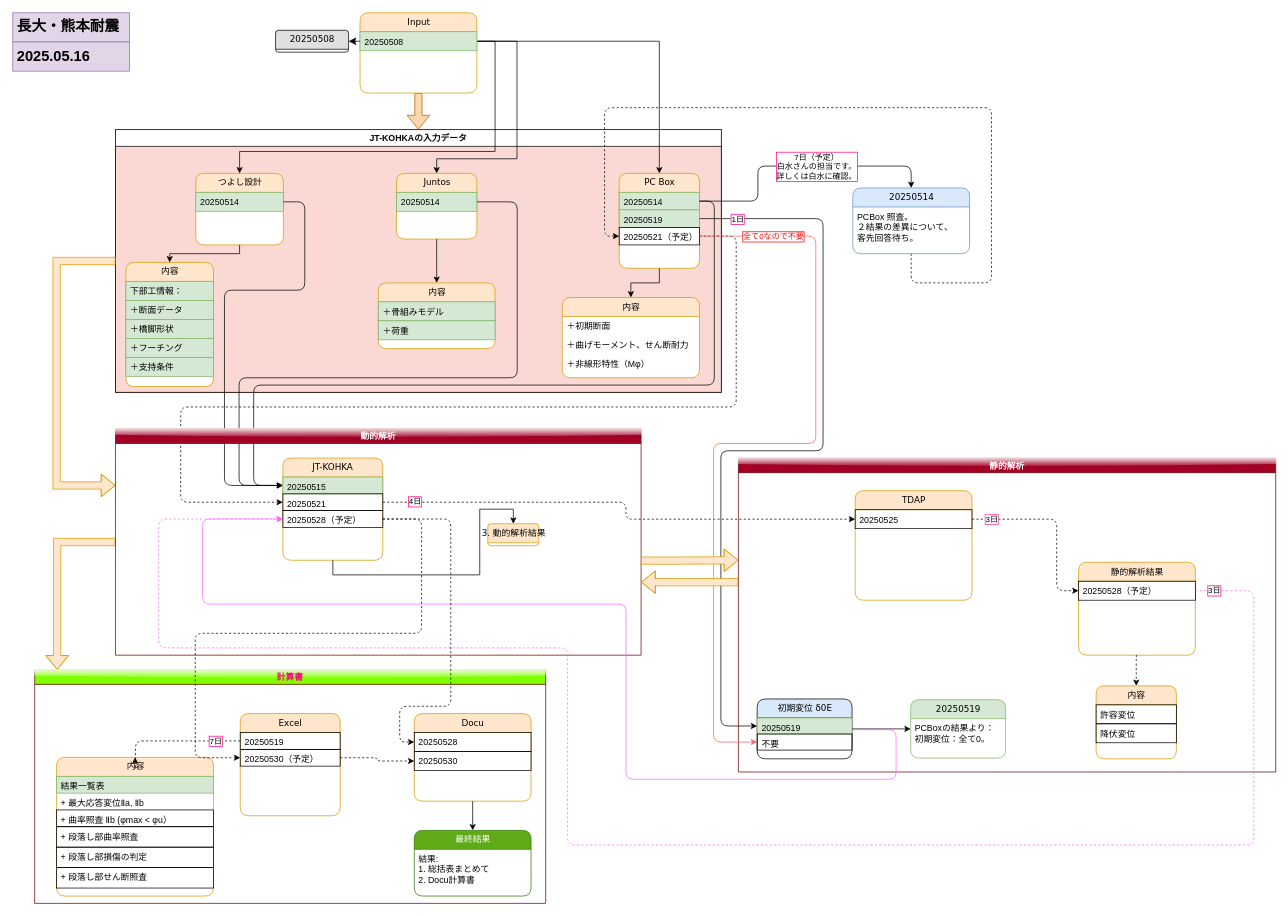
nnh92/Juntos.co keeps this draw.io diagram as 長大・熊本耐震/耐震設計/Untitled Diagram.drawio. Above is the earlier version. Source tidied: cells renumbered, new cells numbered last; positions are measured from the earlier drawing's top-left corner, leaving out a move shared by most shapes. Both pictures are drawn from the tidied source at 73%, with x=0, y=0 at pixel (12, 12).
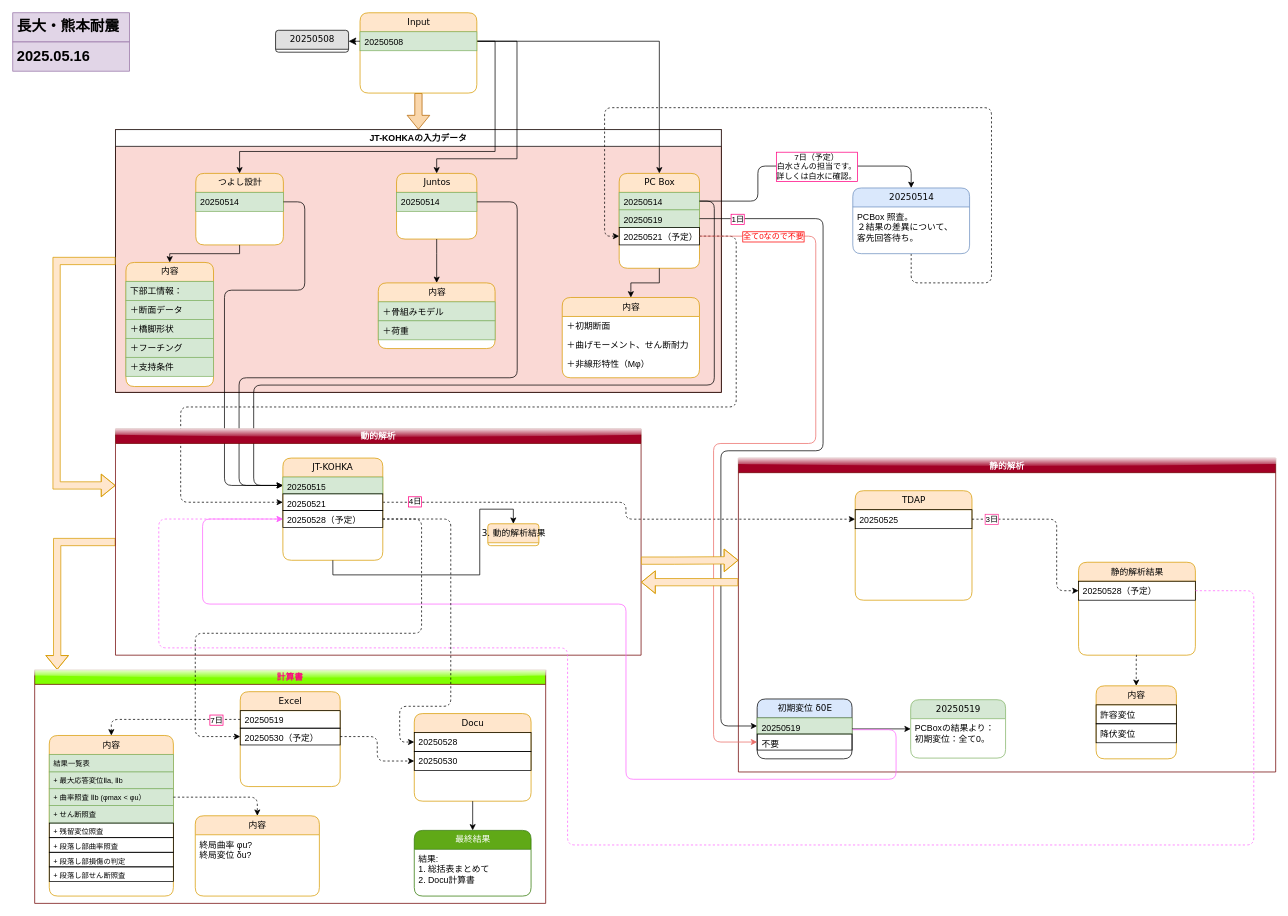
The same diagram, later.

The change refers to these unchanged cells:
```xml
<mxCell id="77" value="20250528（予定）" style="text;html=1;spacingLeft=4;spacingRight=4;whiteSpace=wrap;overflow=hidden;points=[[0,0.5],[1,0.5]];portConstraint=eastwest;labelBorderColor=none;labelBackgroundColor=none;textShadow=0;strokeColor=default;" parent="74" vertex="1">
  <mxGeometry y="72" width="136.9" height="23" as="geometry" />
</mxCell>
<mxCell id="80" value="計算書" style="swimlane;startSize=20;horizontal=1;containerType=tree;textShadow=0;labelBorderColor=none;labelBackgroundColor=none;fillColor=#80FF00;strokeColor=#6F0000;glass=1;fontColor=#FF0080;" parent="1" vertex="1">
  <mxGeometry x="30" y="900" width="700" height="320" as="geometry" />
</mxCell>
<mxCell id="100" style="edgeStyle=orthogonalEdgeStyle;rounded=1;jettySize=auto;html=1;exitX=1;exitY=0.5;exitDx=0;exitDy=0;dashed=1;entryX=0;entryY=0.5;entryDx=0;entryDy=0;curved=0;strokeColor=#FF66FF;" parent="1" edge="1" source="51" target="77">
  <mxGeometry relative="1" as="geometry">
    <Array as="points">
      <mxPoint x="1700" y="792" />
      <mxPoint x="1700" y="1140" />
      <mxPoint x="760" y="1140" />
      <mxPoint x="760" y="870" />
      <mxPoint x="200" y="870" />
      <mxPoint x="200" y="694" />
    </Array>
  </mxGeometry>
</mxCell>
```

What changed in the source:
```diff
@@
     <mxCell id="81" value="Excel" style="swimlane;html=1;fontStyle=0;horizontal=1;startSize=26;fillColor=#ffe6cc;swimlaneFillColor=#ffffff;align=center;rounded=1;shadow=0;comic=0;labelBackgroundColor=none;strokeWidth=1;fontFamily=Verdana;fontSize=12;strokeColor=#d79b00;" parent="80" vertex="1">
-      <mxGeometry x="281.6" y="60" width="136.9" height="140" as="geometry" />
+      <mxGeometry x="281.6" y="30" width="136.9" height="130" as="geometry" />
     </mxCell>
     <mxCell id="82" value="20250519" style="text;html=1;spacingLeft=4;spacingRight=4;whiteSpace=wrap;overflow=hidden;points=[[0,0.5],[1,0.5]];portConstraint=eastwest;labelBorderColor=none;labelBackgroundColor=none;textShadow=0;strokeColor=default;" parent="81" vertex="1">
-      <mxGeometry y="26" width="136.9" height="23" as="geometry" />
+      <mxGeometry y="26" width="136.9" height="24" as="geometry" />
     </mxCell>
     <mxCell id="83" value="20250530（予定）" style="text;html=1;spacingLeft=4;spacingRight=4;whiteSpace=wrap;overflow=hidden;points=[[0,0.5],[1,0.5]];portConstraint=eastwest;labelBorderColor=none;labelBackgroundColor=none;textShadow=0;strokeColor=default;" parent="81" vertex="1">
-      <mxGeometry y="49" width="136.9" height="23" as="geometry" />
+      <mxGeometry y="50" width="136.9" height="23" as="geometry" />
     </mxCell>
@@
     <mxCell id="90" value="内容" style="swimlane;html=1;fontStyle=0;horizontal=1;startSize=26;fillColor=#ffe6cc;swimlaneFillColor=#ffffff;align=center;rounded=1;shadow=0;comic=0;labelBackgroundColor=none;strokeWidth=1;fontFamily=Verdana;fontSize=12;strokeColor=#d79b00;" parent="80" vertex="1">
-      <mxGeometry x="30" y="120" width="215" height="190" as="geometry" />
+      <mxGeometry x="20" y="90" width="170" height="220" as="geometry" />
     </mxCell>
-    <mxCell id="91" value="結果一覧表" style="text;html=1;strokeColor=#82b366;fillColor=#d5e8d4;spacingLeft=4;spacingRight=4;whiteSpace=wrap;overflow=hidden;labelBorderColor=none;labelBackgroundColor=none;textShadow=0;" parent="90" vertex="1">
-      <mxGeometry y="26" width="215" height="23" as="geometry" />
+    <mxCell id="91" value="結果一覧表" style="text;html=1;strokeColor=#82b366;fillColor=#d5e8d4;spacingLeft=4;spacingRight=4;whiteSpace=wrap;overflow=hidden;labelBorderColor=none;labelBackgroundColor=none;textShadow=0;fontSize=10;" parent="90" vertex="1">
+      <mxGeometry y="26" width="170" height="24" as="geometry" />
     </mxCell>
-    <mxCell id="92" value="+ 最大応答変位Ⅱa, Ⅱb" style="text;html=1;spacingLeft=4;spacingRight=4;whiteSpace=wrap;overflow=hidden;labelBorderColor=none;labelBackgroundColor=none;textShadow=0;" parent="90" vertex="1">
-      <mxGeometry y="49" width="215" height="23" as="geometry" />
+    <mxCell id="92" value="+ 最大応答変位Ⅱa, Ⅱb" style="text;html=1;spacingLeft=4;spacingRight=4;whiteSpace=wrap;overflow=hidden;labelBorderColor=none;labelBackgroundColor=none;textShadow=0;fillColor=#d5e8d4;strokeColor=#82b366;fontSize=10;" parent="90" vertex="1">
+      <mxGeometry y="50" width="170" height="23" as="geometry" />
     </mxCell>
-    <mxCell id="93" value="&lt;div&gt;+ 曲率照査 Ⅱb (φmax &amp;lt; φu）&lt;/div&gt;" style="text;html=1;spacingLeft=4;spacingRight=4;whiteSpace=wrap;overflow=hidden;points=[[0,0.5],[1,0.5]];portConstraint=eastwest;labelBorderColor=none;labelBackgroundColor=none;textShadow=0;strokeColor=default;" parent="90" vertex="1">
-      <mxGeometry y="72" width="215" height="23" as="geometry" />
+    <mxCell id="93" value="&lt;div&gt;+ 曲率照査 Ⅱb (φmax &amp;lt; φu）&lt;/div&gt;" style="text;html=1;spacingLeft=4;spacingRight=4;whiteSpace=wrap;overflow=hidden;points=[[0,0.5],[1,0.5]];portConstraint=eastwest;labelBorderColor=none;labelBackgroundColor=none;textShadow=0;strokeColor=#82b366;fillColor=#d5e8d4;fontSize=10;" parent="90" vertex="1">
+      <mxGeometry y="73" width="170" height="23" as="geometry" />
     </mxCell>
+    <mxCell id="96" value="&lt;div&gt;+ せん断照査&lt;/div&gt;" style="text;html=1;spacingLeft=4;spacingRight=4;whiteSpace=wrap;overflow=hidden;labelBorderColor=none;labelBackgroundColor=none;textShadow=0;strokeColor=#82b366;fillColor=#d5e8d4;fontSize=10;" parent="90" vertex="1">
+      <mxGeometry y="96" width="170" height="24" as="geometry" />
+    </mxCell>
-    <mxCell id="94" value="&lt;div&gt;+ 段落し部曲率照査&lt;/div&gt;" style="text;html=1;spacingLeft=4;spacingRight=4;whiteSpace=wrap;overflow=hidden;labelBorderColor=none;labelBackgroundColor=none;textShadow=0;strokeColor=default;" parent="90" vertex="1">
-      <mxGeometry y="95" width="215" height="28" as="geometry" />
+    <mxCell id="94" value="&lt;div&gt;+ 残留変位照査&lt;/div&gt;" style="text;html=1;spacingLeft=4;spacingRight=4;whiteSpace=wrap;overflow=hidden;labelBorderColor=none;labelBackgroundColor=none;textShadow=0;strokeColor=default;fontSize=10;" parent="90" vertex="1">
+      <mxGeometry y="120" width="170" height="20" as="geometry" />
     </mxCell>
+    <mxCell id="109" value="&lt;div&gt;+ 段落し部曲率照査&lt;/div&gt;" style="text;html=1;spacingLeft=4;spacingRight=4;whiteSpace=wrap;overflow=hidden;labelBorderColor=none;labelBackgroundColor=none;textShadow=0;strokeColor=default;fontSize=10;" parent="90" vertex="1">
+      <mxGeometry y="140" width="170" height="20" as="geometry" />
+    </mxCell>
-    <mxCell id="95" value="+ 段落し部損傷の判定" style="text;html=1;spacingLeft=4;spacingRight=4;whiteSpace=wrap;overflow=hidden;labelBorderColor=none;labelBackgroundColor=none;textShadow=0;strokeColor=default;" parent="90" vertex="1">
-      <mxGeometry y="123" width="215" height="28" as="geometry" />
+    <mxCell id="95" value="+ 段落し部損傷の判定" style="text;html=1;spacingLeft=4;spacingRight=4;whiteSpace=wrap;overflow=hidden;labelBorderColor=none;labelBackgroundColor=none;textShadow=0;strokeColor=default;fontSize=10;" parent="90" vertex="1">
+      <mxGeometry y="160" width="170" height="20" as="geometry" />
     </mxCell>
-    <mxCell id="96" value="&lt;div&gt;+ 段落し部せん断照査&lt;/div&gt;" style="text;html=1;spacingLeft=4;spacingRight=4;whiteSpace=wrap;overflow=hidden;labelBorderColor=none;labelBackgroundColor=none;textShadow=0;strokeColor=default;" parent="90" vertex="1">
-      <mxGeometry y="151" width="215" height="28" as="geometry" />
-    </mxCell>
+    <mxCell id="110" value="&lt;div&gt;+ 段落し部せん断照査&lt;/div&gt;" style="text;html=1;spacingLeft=4;spacingRight=4;whiteSpace=wrap;overflow=hidden;labelBorderColor=none;labelBackgroundColor=none;textShadow=0;strokeColor=default;fontSize=10;" parent="90" vertex="1">
+      <mxGeometry y="180" width="170" height="20" as="geometry" />
+    </mxCell>
     <mxCell id="97" style="edgeStyle=orthogonalEdgeStyle;rounded=1;jettySize=auto;html=1;exitX=0;exitY=0.5;exitDx=0;exitDy=0;curved=0;dashed=1;entryX=0.5;entryY=0;entryDx=0;entryDy=0;" parent="80" edge="1" source="82" target="90">
       <mxGeometry relative="1" as="geometry">
         <Array as="points">
-          <mxPoint x="138" y="98" />
-          <mxPoint x="138" y="140" />
+          <mxPoint x="105" y="68" />
         </Array>
       </mxGeometry>
     </mxCell>
@@
+    <mxCell id="111" style="edgeStyle=orthogonalEdgeStyle;rounded=1;jettySize=auto;html=1;exitX=1;exitY=0.5;exitDx=0;exitDy=0;curved=0;dashed=1;entryX=0.5;entryY=0;entryDx=0;entryDy=0;" parent="80" edge="1" source="93" target="112">
+      <mxGeometry relative="1" as="geometry">
+        <Array as="points">
+          <mxPoint x="305" y="175" />
+        </Array>
+      </mxGeometry>
+    </mxCell>
+    <mxCell id="112" value="内容" style="swimlane;html=1;fontStyle=0;horizontal=1;startSize=26;fillColor=#ffe6cc;swimlaneFillColor=#ffffff;align=center;rounded=1;shadow=0;comic=0;labelBackgroundColor=none;strokeWidth=1;fontFamily=Verdana;fontSize=12;strokeColor=#d79b00;" parent="80" vertex="1">
+      <mxGeometry x="220" y="200" width="170" height="110" as="geometry" />
+    </mxCell>
+    <mxCell id="113" value="終局曲率 φu?&lt;div&gt;終局変位 δu?&lt;/div&gt;" style="text;html=1;spacingLeft=4;spacingRight=4;whiteSpace=wrap;overflow=hidden;labelBorderColor=none;labelBackgroundColor=none;textShadow=0;" parent="112" vertex="1">
+      <mxGeometry y="26" width="170" height="44" as="geometry" />
+    </mxCell>
@@
-    <mxCell id="101" value="3日" style="edgeLabel;html=1;align=center;verticalAlign=middle;labelBorderColor=#FF0080;" parent="100" vertex="1">
-      <mxGeometry x="-0.98" relative="1" as="geometry" />
-    </mxCell>
@@
     <mxCell id="103" style="edgeStyle=orthogonalEdgeStyle;rounded=1;jettySize=auto;html=1;exitX=1;exitY=0.5;exitDx=0;exitDy=0;entryX=0;entryY=0.5;entryDx=0;entryDy=0;curved=0;dashed=1;" parent="1" edge="1" source="77" target="83">
       <mxGeometry relative="1" as="geometry">
         <Array as="points">
-          <mxPoint x="560" y="693" />
+          <mxPoint x="560" y="694" />
           <mxPoint x="560" y="850" />
           <mxPoint x="250" y="850" />
-          <mxPoint x="250" y="1021" />
+          <mxPoint x="250" y="991" />
         </Array>
       </mxGeometry>
     </mxCell>
```
